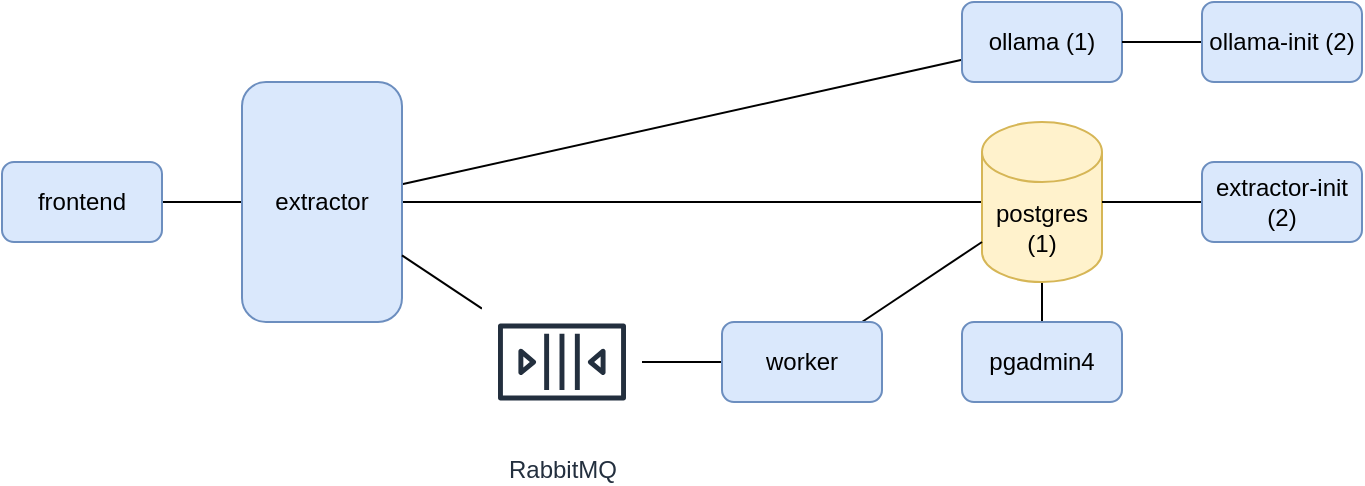
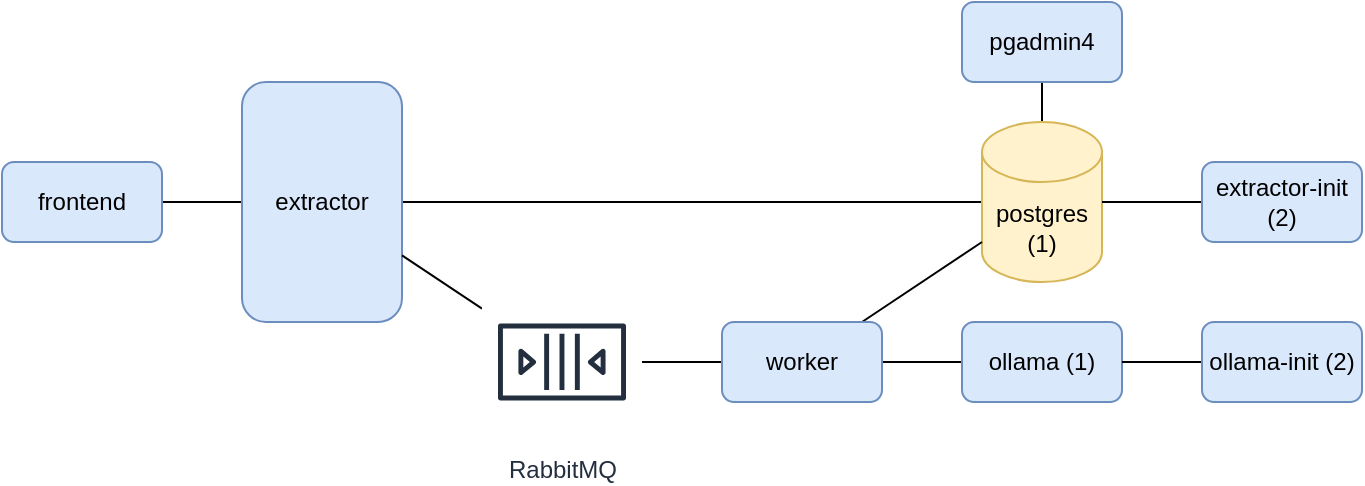
<mxfile host="65bd71144e">
    <diagram id="b4l8AiMKVdJLUvFwLziP" name="Page-1">
-         <mxGraphModel dx="875" dy="395" grid="1" gridSize="10" guides="0" tooltips="1" connect="1" arrows="1" fold="1" page="1" pageScale="1" pageWidth="850" pageHeight="1100" math="0" shadow="0">
+         <mxGraphModel dx="1146" dy="443" grid="0" gridSize="10" guides="0" tooltips="1" connect="1" arrows="1" fold="1" page="1" pageScale="1" pageWidth="850" pageHeight="1100" math="0" shadow="0">
            <root>
                <mxCell id="0"/>
                <mxCell id="1" parent="0"/>
-                 <mxCell id="4" style="edgeStyle=none;html=1;endArrow=none;endFill=0;" parent="1" source="2" target="3" edge="1">
+                 <mxCell id="4" style="edgeStyle=none;html=1;endArrow=none;endFill=0;" parent="1" source="39" target="3" edge="1">
                    <mxGeometry relative="1" as="geometry"/>
                </mxCell>
                <mxCell id="6" style="edgeStyle=none;html=1;endArrow=none;endFill=0;" parent="1" source="2" target="5" edge="1">
                    <mxGeometry relative="1" as="geometry"/>
                </mxCell>
                <mxCell id="31" value="" style="edgeStyle=none;html=1;endArrow=none;endFill=0;" parent="1" source="2" target="30" edge="1">
                    <mxGeometry relative="1" as="geometry"/>
                </mxCell>
                <mxCell id="2" value="extractor" style="rounded=1;whiteSpace=wrap;html=1;fillColor=#dae8fc;strokeColor=#6c8ebf;" parent="1" vertex="1">
                    <mxGeometry x="280" y="120" width="80" height="120" as="geometry"/>
                </mxCell>
                <mxCell id="3" value="ollama (1)" style="rounded=1;whiteSpace=wrap;html=1;fillColor=#dae8fc;strokeColor=#6c8ebf;" parent="1" vertex="1">
-                     <mxGeometry x="640" y="80" width="80" height="40" as="geometry"/>
+                     <mxGeometry x="640" y="240" width="80" height="40" as="geometry"/>
                </mxCell>
                <mxCell id="8" style="edgeStyle=none;html=1;endArrow=none;endFill=0;" parent="1" source="5" target="7" edge="1">
                    <mxGeometry relative="1" as="geometry"/>
                </mxCell>
                <mxCell id="5" value="postgres (1)" style="shape=cylinder3;whiteSpace=wrap;html=1;boundedLbl=1;backgroundOutline=1;size=15;fillColor=#fff2cc;strokeColor=#d6b656;" parent="1" vertex="1">
                    <mxGeometry x="650" y="140" width="60" height="80" as="geometry"/>
                </mxCell>
                <mxCell id="7" value="pgadmin4" style="rounded=1;whiteSpace=wrap;html=1;fillColor=#dae8fc;strokeColor=#6c8ebf;" parent="1" vertex="1">
-                     <mxGeometry x="640" y="240" width="80" height="40" as="geometry"/>
+                     <mxGeometry x="640" y="80" width="80" height="40" as="geometry"/>
                </mxCell>
                <mxCell id="30" value="frontend" style="rounded=1;whiteSpace=wrap;html=1;fillColor=#dae8fc;strokeColor=#6c8ebf;" parent="1" vertex="1">
                    <mxGeometry x="160" y="160" width="80" height="40" as="geometry"/>
                </mxCell>
                <mxCell id="33" style="edgeStyle=none;html=1;endArrow=none;endFill=0;" parent="1" source="32" target="5" edge="1">
                    <mxGeometry relative="1" as="geometry"/>
                </mxCell>
                <mxCell id="32" value="extractor-init (2)" style="rounded=1;whiteSpace=wrap;html=1;fillColor=#dae8fc;strokeColor=#6c8ebf;" parent="1" vertex="1">
                    <mxGeometry x="760" y="160" width="80" height="40" as="geometry"/>
                </mxCell>
                <mxCell id="35" style="edgeStyle=none;html=1;endArrow=none;endFill=0;" parent="1" source="34" target="3" edge="1">
                    <mxGeometry relative="1" as="geometry"/>
                </mxCell>
                <mxCell id="34" value="ollama-init (2)" style="rounded=1;whiteSpace=wrap;html=1;fillColor=#dae8fc;strokeColor=#6c8ebf;" parent="1" vertex="1">
-                     <mxGeometry x="760" y="80" width="80" height="40" as="geometry"/>
+                     <mxGeometry x="760" y="240" width="80" height="40" as="geometry"/>
                </mxCell>
                <mxCell id="38" style="edgeStyle=none;html=1;endArrow=none;endFill=0;" parent="1" source="37" target="2" edge="1">
                    <mxGeometry relative="1" as="geometry"/>
                </mxCell>
                <mxCell id="37" value="RabbitMQ" style="sketch=0;outlineConnect=0;fontColor=#232F3E;gradientColor=none;strokeColor=#232F3E;fillColor=#ffffff;dashed=0;verticalLabelPosition=bottom;verticalAlign=top;align=center;html=1;fontSize=12;fontStyle=0;aspect=fixed;shape=mxgraph.aws4.resourceIcon;resIcon=mxgraph.aws4.queue;" parent="1" vertex="1">
                    <mxGeometry x="400" y="220" width="80" height="80" as="geometry"/>
                </mxCell>
                <mxCell id="40" style="edgeStyle=none;html=1;endArrow=none;endFill=0;" parent="1" source="39" target="37" edge="1">
                    <mxGeometry relative="1" as="geometry"/>
                </mxCell>
                <mxCell id="41" style="edgeStyle=none;html=1;endArrow=none;endFill=0;" parent="1" source="39" target="5" edge="1">
                    <mxGeometry relative="1" as="geometry"/>
                </mxCell>
                <mxCell id="39" value="worker" style="rounded=1;whiteSpace=wrap;html=1;fillColor=#dae8fc;strokeColor=#6c8ebf;" parent="1" vertex="1">
                    <mxGeometry x="520" y="240" width="80" height="40" as="geometry"/>
                </mxCell>
            </root>
        </mxGraphModel>
    </diagram>
</mxfile>